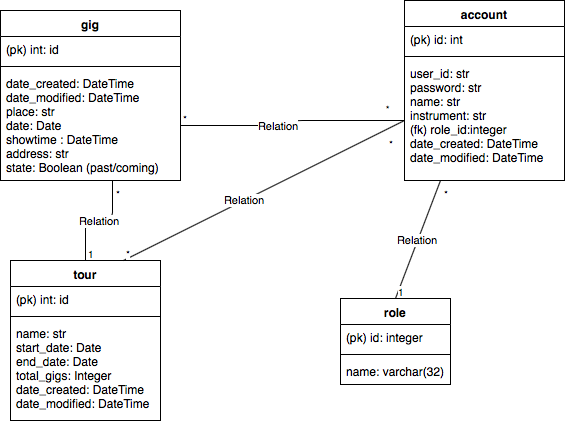
Earlier version of the draw.io export documentation/tietokantakaavio.png (jokineno/Tour). Source tidied: cells renumbered, new cells last; positions are measured from the earlier drawing's top-left corner, leaving out a move shared by most shapes.
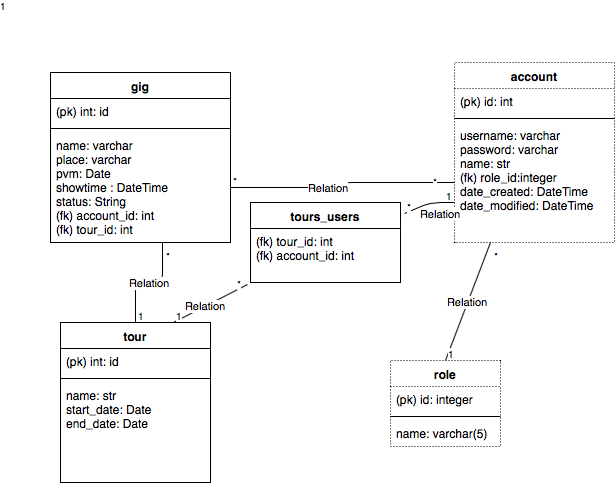
Above is the later version.

What changed in the source:
```diff
@@ -11,7 +11,7 @@
     <mxCell id="4" style="line;strokeWidth=1;fillColor=none;align=left;verticalAlign=middle;spacingTop=-1;spacingLeft=3;spacingRight=3;labelPosition=right;" parent="2" vertex="1">
       <mxGeometry y="52" width="180" height="8" as="geometry" />
     </mxCell>
-    <mxCell id="5" value="date_created: DateTime&#10;date_modified: DateTime&#10;place: str&#10;date: Date&#10;showtime : DateTime&#10;address: str&#10;state: Boolean (past/coming) &#10;&#10;" style="text;strokeColor=none;fillColor=none;align=left;verticalAlign=top;spacingLeft=4;spacingRight=4;overflow=hidden;points=[[0,0.5],[1,0.5]];portConstraint=eastwest;dashed=1;dashPattern=1 2;" parent="2" vertex="1">
+    <mxCell id="5" value="name: varchar&#10;place: varchar&#10;pvm: Date&#10;showtime : DateTime&#10;status: String&#10;(fk) account_id: int&#10;(fk) tour_id: int&#10;&#10;&#10;" style="text;strokeColor=none;fillColor=none;align=left;verticalAlign=top;spacingLeft=4;spacingRight=4;overflow=hidden;points=[[0,0.5],[1,0.5]];portConstraint=eastwest;dashed=1;dashPattern=1 2;" parent="2" vertex="1">
       <mxGeometry y="60" width="180" height="110" as="geometry" />
     </mxCell>
     <mxCell id="6" value="tour" style="swimlane;fontStyle=1;align=center;verticalAlign=top;horizontal=1;startSize=26;" parent="1" vertex="1">
@@ -23,13 +23,13 @@
     <mxCell id="8" style="line;strokeWidth=1;fillColor=none;align=left;verticalAlign=middle;spacingTop=-1;spacingLeft=3;spacingRight=3;labelPosition=right;" parent="6" vertex="1">
       <mxGeometry y="52" width="150" height="8" as="geometry" />
     </mxCell>
-    <mxCell id="9" value="name: str&#10;start_date: Date&#10;end_date: Date&#10;total_gigs: Integer&#10;date_created: DateTime&#10;date_modified: DateTime&#10;" style="text;strokeColor=none;fillColor=none;align=left;verticalAlign=top;spacingLeft=4;spacingRight=4;overflow=hidden;dashed=1;dashPattern=1 2;" parent="6" vertex="1">
+    <mxCell id="9" value="name: str&#10;start_date: Date&#10;end_date: Date&#10;&#10;" style="text;strokeColor=none;fillColor=none;align=left;verticalAlign=top;spacingLeft=4;spacingRight=4;overflow=hidden;dashed=1;dashPattern=1 2;" parent="6" vertex="1">
       <mxGeometry y="60" width="150" height="100" as="geometry" />
     </mxCell>
     <mxCell id="10" style="edgeStyle=orthogonalEdgeStyle;rounded=0;orthogonalLoop=1;jettySize=auto;html=1;exitX=1;exitY=0.5;exitDx=0;exitDy=0;" parent="6" edge="1" source="7" target="7">
       <mxGeometry relative="1" as="geometry" />
     </mxCell>
-    <mxCell id="11" value="account" style="swimlane;fontStyle=1;align=center;verticalAlign=top;horizontal=1;startSize=26;" parent="1" vertex="1">
+    <mxCell id="11" value="account" style="swimlane;fontStyle=1;align=center;verticalAlign=top;horizontal=1;startSize=26;dashed=1;dashPattern=1 2;" parent="1" vertex="1">
       <mxGeometry x="404" width="160" height="180" as="geometry" />
     </mxCell>
     <mxCell id="12" value="(pk) id: int&#10;&#10;" style="text;strokeColor=none;fillColor=none;align=left;verticalAlign=top;spacingLeft=4;spacingRight=4;overflow=hidden;" parent="11" vertex="1">
@@ -38,10 +38,10 @@
     <mxCell id="13" style="line;strokeWidth=1;fillColor=none;align=left;verticalAlign=middle;spacingTop=-1;spacingLeft=3;spacingRight=3;labelPosition=right;" parent="11" vertex="1">
       <mxGeometry y="52" width="160" height="8" as="geometry" />
     </mxCell>
-    <mxCell id="14" value="user_id: str&#10;password: str&#10;name: str&#10;instrument: str&#10;(fk) role_id:integer&#10;date_created: DateTime&#10;date_modified: DateTime&#10;" style="text;strokeColor=none;fillColor=none;align=left;verticalAlign=top;spacingLeft=4;spacingRight=4;overflow=hidden;points=[[0,0.5],[1,0.5]];portConstraint=eastwest;" parent="11" vertex="1">
+    <mxCell id="14" value="username: varchar&#10;password: varchar&#10;name: str&#10;(fk) role_id:integer&#10;date_created: DateTime&#10;date_modified: DateTime&#10;" style="text;strokeColor=none;fillColor=none;align=left;verticalAlign=top;spacingLeft=4;spacingRight=4;overflow=hidden;points=[[0,0.5],[1,0.5]];portConstraint=eastwest;" parent="11" vertex="1">
       <mxGeometry y="60" width="160" height="120" as="geometry" />
     </mxCell>
-    <mxCell id="15" value="role" style="swimlane;fontStyle=1;align=center;verticalAlign=top;horizontal=1;startSize=26;" parent="1" vertex="1">
+    <mxCell id="15" value="role" style="swimlane;fontStyle=1;align=center;verticalAlign=top;horizontal=1;startSize=26;dashed=1;dashPattern=1 2;" parent="1" vertex="1">
       <mxGeometry x="340" y="298" width="110" height="86" as="geometry" />
     </mxCell>
     <mxCell id="16" value="(pk) id: integer" style="text;strokeColor=none;fillColor=none;align=left;verticalAlign=top;spacingLeft=4;spacingRight=4;overflow=hidden;" parent="15" vertex="1">
@@ -50,7 +50,7 @@
     <mxCell id="17" style="line;strokeWidth=1;fillColor=none;align=left;verticalAlign=middle;spacingTop=-1;spacingLeft=3;spacingRight=3;labelPosition=right;" parent="15" vertex="1">
       <mxGeometry y="52" width="110" height="8" as="geometry" />
     </mxCell>
-    <mxCell id="18" value="name: varchar(32)" style="text;strokeColor=none;fillColor=none;align=left;verticalAlign=top;spacingLeft=4;spacingRight=4;overflow=hidden;" parent="15" vertex="1">
+    <mxCell id="18" value="name: varchar(5)" style="text;strokeColor=none;fillColor=none;align=left;verticalAlign=top;spacingLeft=4;spacingRight=4;overflow=hidden;" parent="15" vertex="1">
       <mxGeometry y="60" width="110" height="26" as="geometry" />
     </mxCell>
     <mxCell id="19" value="Relation" style="endArrow=none;html=1;endSize=12;startArrow=none;startSize=14;startFill=0;endFill=0;exitX=0.5;exitY=0;exitDx=0;exitDy=0;" parent="1" edge="1" source="15">
@@ -76,10 +76,8 @@
         <mxPoint y="-20" as="offset" />
       </mxGeometry>
     </mxCell>
-    <mxCell id="24" value="*" style="html=1;align=right;verticalAlign=top;labelBackgroundColor=#ffffff;fontSize=10;" parent="22" vertex="1">
-      <mxGeometry x="1" relative="1" as="geometry">
-        <mxPoint x="-9" y="10" as="offset" />
-      </mxGeometry>
+    <mxCell id="24" value="1" style="html=1;align=right;verticalAlign=top;labelBackgroundColor=#ffffff;fontSize=10;" parent="22" vertex="1">
+      <mxGeometry x="1" relative="1" as="geometry" />
     </mxCell>
     <mxCell id="25" value="Relation" style="endArrow=none;html=1;endSize=12;startArrow=none;startSize=14;startFill=0;edgeStyle=orthogonalEdgeStyle;entryX=0.488;entryY=1.013;entryDx=0;entryDy=0;entryPerimeter=0;endFill=0;exitX=0.5;exitY=0;exitDx=0;exitDy=0;" parent="1" edge="1" source="6">
       <mxGeometry relative="1" as="geometry">
@@ -96,18 +94,52 @@
         <mxPoint x="10" as="offset" />
       </mxGeometry>
     </mxCell>
-    <mxCell id="28" value="Relation" style="endArrow=none;html=1;endSize=12;startArrow=none;startSize=14;startFill=0;entryX=0;entryY=0.5;entryDx=0;entryDy=0;endFill=0;exitX=0.75;exitY=0;exitDx=0;exitDy=0;rounded=1;" parent="1" edge="1" source="6" target="14">
-      <mxGeometry x="-0.14" relative="1" as="geometry" />
+    <mxCell id="28" value="Relation" style="endArrow=none;html=1;endSize=12;startArrow=none;startSize=14;startFill=0;entryX=-0.02;entryY=0.22;entryDx=0;entryDy=0;endFill=0;exitX=0.75;exitY=0;exitDx=0;exitDy=0;rounded=1;entryPerimeter=0;" parent="1" edge="1" source="6">
+      <mxGeometry x="-0.14" relative="1" as="geometry">
+        <mxPoint x="197" y="222" as="targetPoint" />
+      </mxGeometry>
     </mxCell>
-    <mxCell id="29" value="*" style="html=1;align=left;verticalAlign=top;labelBackgroundColor=#ffffff;fontSize=10;" parent="28" vertex="1">
+    <mxCell id="29" value="1" style="html=1;align=left;verticalAlign=top;labelBackgroundColor=#ffffff;fontSize=10;" parent="28" vertex="1">
       <mxGeometry x="-1" relative="1" as="geometry">
         <mxPoint y="-20" as="offset" />
       </mxGeometry>
     </mxCell>
-    <mxCell id="30" value="*" style="html=1;align=right;verticalAlign=top;labelBackgroundColor=#ffffff;fontSize=10;rotation=150;" parent="28" vertex="1">
-      <mxGeometry x="1" relative="1" as="geometry">
-        <mxPoint x="-14" as="offset" />
-      </mxGeometry>
-    </mxCell>
+    <mxCell id="31" value="tours_users" style="swimlane;fontStyle=1;align=center;verticalAlign=top;horizontal=1;startSize=26;" parent="1" vertex="1">
+      <mxGeometry x="200" y="140" width="150" height="80" as="geometry" />
+    </mxCell>
+    <mxCell id="32" value="(fk) tour_id: int&#10;(fk) account_id: int&#10;" style="text;strokeColor=none;fillColor=none;align=left;verticalAlign=top;spacingLeft=4;spacingRight=4;overflow=hidden;points=[[0,0.5],[1,0.5]];portConstraint=eastwest;" parent="31" vertex="1">
+      <mxGeometry y="26" width="150" height="54" as="geometry" />
+    </mxCell>
+    <mxCell id="33" style="edgeStyle=orthogonalEdgeStyle;rounded=0;orthogonalLoop=1;jettySize=auto;html=1;exitX=1;exitY=0.5;exitDx=0;exitDy=0;" parent="31" edge="1" source="32" target="32">
+      <mxGeometry relative="1" as="geometry" />
+    </mxCell>
+    <mxCell id="34" value="Relation" style="endArrow=none;html=1;endSize=12;startArrow=none;startSize=14;startFill=0;entryX=-0.02;entryY=0.22;entryDx=0;entryDy=0;endFill=0;exitX=1.027;exitY=0.138;exitDx=0;exitDy=0;rounded=1;entryPerimeter=0;exitPerimeter=0;" parent="1" edge="1" source="31">
+      <mxGeometry x="0.46" y="-11" relative="1" as="geometry">
+        <mxPoint x="404" y="140" as="targetPoint" />
+        <Array as="points">
+          <mxPoint x="380" y="140" />
+        </Array>
+      </mxGeometry>
+    </mxCell>
+    <mxCell id="35" value="*" style="html=1;align=left;verticalAlign=top;labelBackgroundColor=#ffffff;fontSize=10;" parent="34" vertex="1">
+      <mxGeometry x="-1" relative="1" as="geometry">
+        <mxPoint y="-20" as="offset" />
+      </mxGeometry>
+    </mxCell>
+    <mxCell id="36" value="1" style="html=1;align=left;verticalAlign=top;labelBackgroundColor=#ffffff;fontSize=10;" parent="1" vertex="1">
+      <mxGeometry x="-1" relative="1" as="geometry">
+        <mxPoint x="47" y="-60" as="offset" />
+      </mxGeometry>
+    </mxCell>
+    <mxCell id="37" value="*" style="html=1;align=left;verticalAlign=top;labelBackgroundColor=#ffffff;fontSize=10;" parent="1" vertex="1">
+      <mxGeometry x="133" y="250" as="geometry">
+        <mxPoint x="51" y="-42" as="offset" />
+      </mxGeometry>
+    </mxCell>
+    <mxCell id="38" value="*" style="html=1;align=left;verticalAlign=top;labelBackgroundColor=#ffffff;fontSize=10;" parent="1" vertex="1">
+      <mxGeometry x="364" y="141" as="geometry">
+        <mxPoint x="16" y="-35" as="offset" />
+      </mxGeometry>
+    </mxCell>
   </root>
 </mxGraphModel>
```
